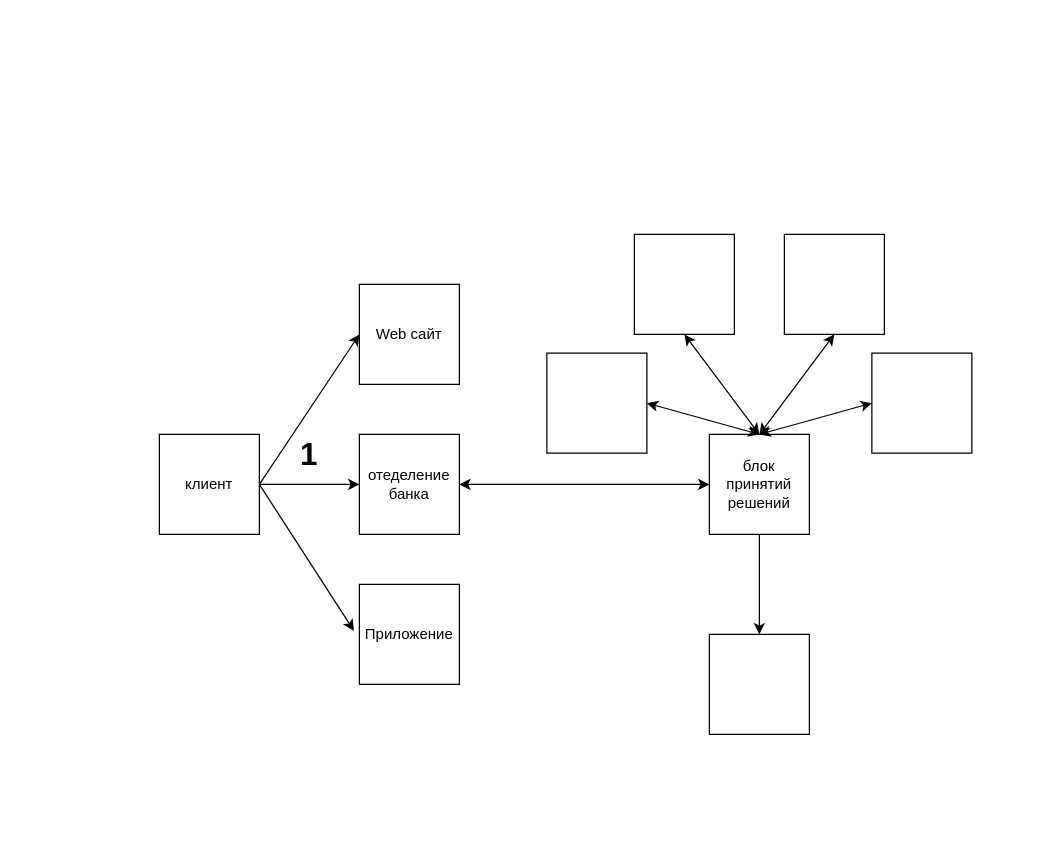
The draw.io diagram Диаграмма без названия.drawio in Wonderbeaver/test, before the edit. Source tidied: cells renumbered, new cells numbered last; positions are measured from the earlier drawing's top-left corner, leaving out a move shared by most shapes. Both pictures are drawn from the tidied source at 125%, with x=0, y=0 at pixel (159, 234).
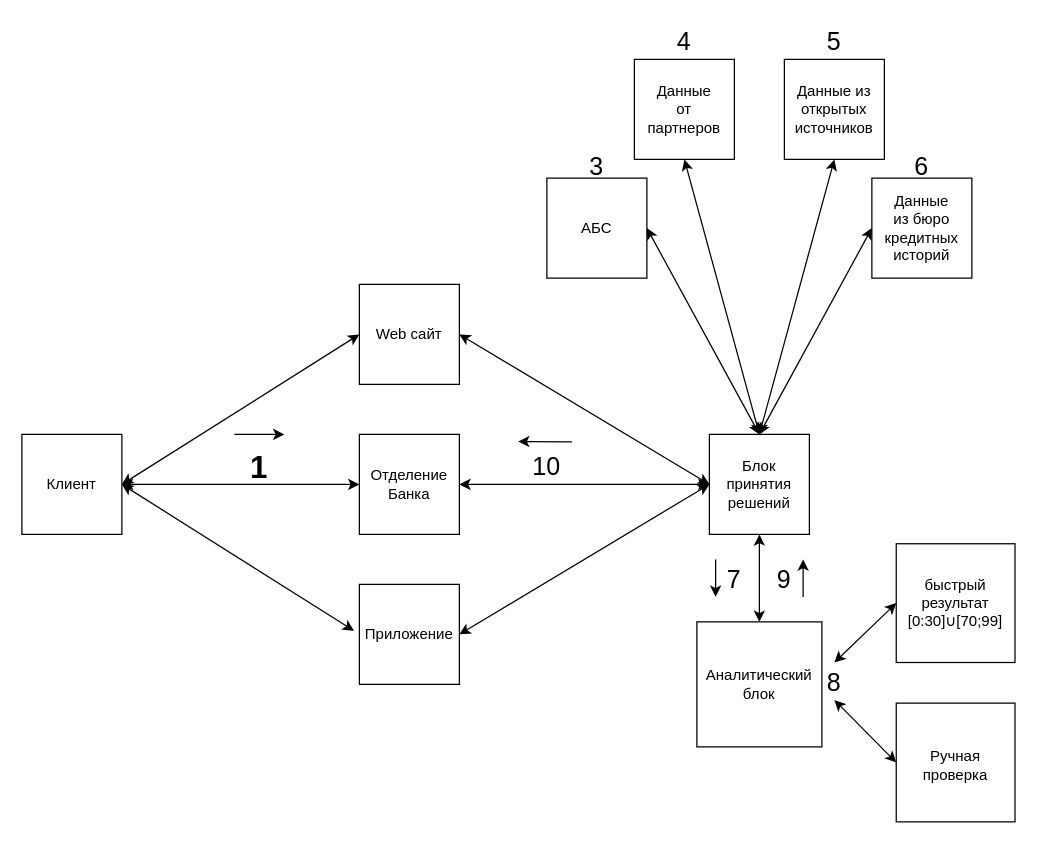
The same page after the edit.

Unchanged cells that the change refers to:
```xml
<mxCell id="4" style="whiteSpace=wrap;html=1;" parent="1" vertex="1">
  <mxGeometry x="160" y="160" width="80" height="80" as="geometry" />
</mxCell>
<mxCell id="8" style="whiteSpace=wrap;html=1;" parent="1" vertex="1">
  <mxGeometry x="160" y="40" width="80" height="80" as="geometry" />
</mxCell>
<mxCell id="9" style="whiteSpace=wrap;html=1;" parent="1" vertex="1">
  <mxGeometry x="160" y="280" width="80" height="80" as="geometry" />
</mxCell>
<mxCell id="14" style="whiteSpace=wrap;html=1;" parent="1" vertex="1">
  <mxGeometry x="440" y="160" width="80" height="80" as="geometry" />
</mxCell>
```

Change to the diagram source:
```diff
@@
     <mxCell id="2" style="whiteSpace=wrap;html=1;" parent="1" vertex="1">
-      <mxGeometry y="160" width="80" height="80" as="geometry" />
+      <mxGeometry x="-110" y="160" width="80" height="80" as="geometry" />
     </mxCell>
-    <mxCell id="3" value="клиент" style="text;html=1;strokeColor=none;fillColor=none;align=center;verticalAlign=middle;whiteSpace=wrap;rounded=0;" parent="1" vertex="1">
-      <mxGeometry x="10" y="185" width="60" height="30" as="geometry" />
+    <mxCell id="3" value="Клиент" style="text;html=1;strokeColor=none;fillColor=none;align=center;verticalAlign=middle;whiteSpace=wrap;rounded=0;" parent="1" vertex="1">
+      <mxGeometry x="-100" y="185" width="60" height="30" as="geometry" />
     </mxCell>
@@
-    <mxCell id="5" value="отеделение&lt;br&gt;банка" style="text;html=1;strokeColor=none;fillColor=none;align=center;verticalAlign=middle;whiteSpace=wrap;rounded=0;" parent="1" vertex="1">
-      <mxGeometry x="170" y="185" width="60" height="30" as="geometry" />
-    </mxCell>
-    <mxCell id="6" style="endArrow=classic;html=1;rounded=0;entryX=0;entryY=0.5;entryDx=0;entryDy=0;exitX=1;exitY=0.5;exitDx=0;exitDy=0;" parent="1" edge="1" source="2" target="4">
-      <mxGeometry relative="1" as="geometry" />
+    <mxCell id="6" style="endArrow=classic;html=1;rounded=0;entryX=0;entryY=0.5;entryDx=0;entryDy=0;startArrow=classic;exitX=1;exitY=0.5;exitDx=0;exitDy=0;" parent="1" edge="1" source="2" target="4">
+      <mxGeometry relative="1" as="geometry">
+        <Array as="points">
+          <mxPoint x="80" y="200" />
+        </Array>
+      </mxGeometry>
     </mxCell>
     <mxCell id="7" value="1" style="text;html=1;align=center;verticalAlign=middle;whiteSpace=wrap;rounded=0;strokeWidth=5;shadow=0;fontStyle=1;fontSize=25;" parent="1" vertex="1">
-      <mxGeometry x="90" y="160" width="60" height="30" as="geometry" />
+      <mxGeometry x="50" y="170" width="60" height="30" as="geometry" />
     </mxCell>
@@
-    <mxCell id="12" style="endArrow=classic;html=1;rounded=0;entryX=0;entryY=0.5;entryDx=0;entryDy=0;" parent="1" edge="1" target="8">
-      <mxGeometry relative="1" as="geometry">
-        <mxPoint x="80" y="200" as="sourcePoint" />
-      </mxGeometry>
+    <mxCell id="12" style="endArrow=classic;html=1;rounded=0;entryX=0;entryY=0.5;entryDx=0;entryDy=0;exitX=1;exitY=0.5;exitDx=0;exitDy=0;startArrow=classic;" parent="1" edge="1" source="2" target="8">
+      <mxGeometry relative="1" as="geometry" />
     </mxCell>
-    <mxCell id="13" style="endArrow=classic;html=1;rounded=0;entryX=-0.054;entryY=0.464;entryDx=0;entryDy=0;entryPerimeter=0;" parent="1" edge="1" target="9">
-      <mxGeometry relative="1" as="geometry">
-        <mxPoint x="80" y="200" as="sourcePoint" />
-      </mxGeometry>
+    <mxCell id="13" style="endArrow=classic;html=1;rounded=0;entryX=-0.054;entryY=0.464;entryDx=0;entryDy=0;entryPerimeter=0;exitX=1;exitY=0.5;exitDx=0;exitDy=0;startArrow=classic;" parent="1" edge="1" source="2" target="9">
+      <mxGeometry relative="1" as="geometry" />
     </mxCell>
@@
-    <mxCell id="15" value="блок принятий решений" style="text;html=1;strokeColor=none;fillColor=none;align=center;verticalAlign=middle;whiteSpace=wrap;rounded=0;" parent="1" vertex="1">
-      <mxGeometry x="450" y="185" width="60" height="30" as="geometry" />
-    </mxCell>
-    <mxCell id="16" style="endArrow=classic;startArrow=classic;html=1;rounded=0;entryX=0;entryY=0.5;entryDx=0;entryDy=0;" parent="1" edge="1" target="14">
-      <mxGeometry relative="1" as="geometry">
-        <mxPoint x="240" y="200" as="sourcePoint" />
-      </mxGeometry>
-    </mxCell>
     <mxCell id="17" style="whiteSpace=wrap;html=1;" parent="1" vertex="1">
-      <mxGeometry x="380" width="80" height="80" as="geometry" />
+      <mxGeometry x="380" y="-140" width="80" height="80" as="geometry" />
     </mxCell>
     <mxCell id="18" style="whiteSpace=wrap;html=1;" parent="1" vertex="1">
-      <mxGeometry x="500" width="80" height="80" as="geometry" />
+      <mxGeometry x="500" y="-140" width="80" height="80" as="geometry" />
     </mxCell>
     <mxCell id="19" style="whiteSpace=wrap;html=1;" parent="1" vertex="1">
-      <mxGeometry x="310" y="95" width="80" height="80" as="geometry" />
+      <mxGeometry x="310" y="-45" width="80" height="80" as="geometry" />
     </mxCell>
     <mxCell id="20" style="whiteSpace=wrap;html=1;" parent="1" vertex="1">
-      <mxGeometry x="570" y="95" width="80" height="80" as="geometry" />
+      <mxGeometry x="570" y="-45" width="80" height="80" as="geometry" />
     </mxCell>
@@
-    <mxCell id="22" style="endArrow=classic;startArrow=classic;html=1;rounded=0;entryX=0.5;entryY=1;entryDx=0;entryDy=0;" parent="1" edge="1" target="17">
-      <mxGeometry relative="1" as="geometry">
-        <mxPoint x="480" y="160" as="sourcePoint" />
-      </mxGeometry>
+    <mxCell id="22" style="endArrow=classic;startArrow=classic;html=1;rounded=0;entryX=0.5;entryY=1;entryDx=0;entryDy=0;exitX=0.5;exitY=0;exitDx=0;exitDy=0;" parent="1" edge="1" source="14" target="17">
+      <mxGeometry relative="1" as="geometry" />
     </mxCell>
-    <mxCell id="23" style="endArrow=classic;startArrow=classic;html=1;rounded=0;entryX=0.5;entryY=1;entryDx=0;entryDy=0;" parent="1" edge="1" target="18">
-      <mxGeometry relative="1" as="geometry">
-        <mxPoint x="480" y="160" as="sourcePoint" />
-      </mxGeometry>
+    <mxCell id="23" style="endArrow=classic;startArrow=classic;html=1;rounded=0;entryX=0.5;entryY=1;entryDx=0;entryDy=0;exitX=0.5;exitY=0;exitDx=0;exitDy=0;" parent="1" edge="1" source="14" target="18">
+      <mxGeometry relative="1" as="geometry" />
     </mxCell>
@@
     <mxCell id="25" style="whiteSpace=wrap;html=1;" parent="1" vertex="1">
-      <mxGeometry x="440" y="320" width="80" height="80" as="geometry" />
+      <mxGeometry x="430" y="310" width="100" height="100" as="geometry" />
     </mxCell>
-    <mxCell id="26" style="endArrow=classic;html=1;rounded=0;entryX=0.5;entryY=0;entryDx=0;entryDy=0;" parent="1" edge="1" target="25">
-      <mxGeometry relative="1" as="geometry">
-        <mxPoint x="480" y="240" as="sourcePoint" />
-      </mxGeometry>
-    </mxCell>
+    <mxCell id="27" value="АБС" style="text;html=1;strokeColor=none;fillColor=none;align=center;verticalAlign=middle;whiteSpace=wrap;rounded=0;" parent="1" vertex="1">
+      <mxGeometry x="320" y="-20" width="60" height="30" as="geometry" />
+    </mxCell>
+    <mxCell id="28" value="Данные от партнеров" style="text;html=1;strokeColor=none;fillColor=none;align=center;verticalAlign=middle;whiteSpace=wrap;rounded=0;" parent="1" vertex="1">
+      <mxGeometry x="390" y="-115" width="60" height="30" as="geometry" />
+    </mxCell>
+    <mxCell id="29" value="Блок принятия решений" style="text;html=1;strokeColor=none;fillColor=none;align=center;verticalAlign=middle;whiteSpace=wrap;rounded=0;" parent="1" vertex="1">
+      <mxGeometry x="450" y="185" width="60" height="30" as="geometry" />
+    </mxCell>
+    <mxCell id="30" value="Отделение Банка" style="text;html=1;strokeColor=none;fillColor=none;align=center;verticalAlign=middle;whiteSpace=wrap;rounded=0;" parent="1" vertex="1">
+      <mxGeometry x="170" y="185" width="60" height="30" as="geometry" />
+    </mxCell>
+    <mxCell id="31" value="Данные из открытых источников" style="text;html=1;strokeColor=none;fillColor=none;align=center;verticalAlign=middle;whiteSpace=wrap;rounded=0;" parent="1" vertex="1">
+      <mxGeometry x="510" y="-115" width="60" height="30" as="geometry" />
+    </mxCell>
+    <mxCell id="32" value="Данные из бюро кредитных историй" style="text;html=1;strokeColor=none;fillColor=none;align=center;verticalAlign=middle;whiteSpace=wrap;rounded=0;" parent="1" vertex="1">
+      <mxGeometry x="580" y="-20" width="60" height="30" as="geometry" />
+    </mxCell>
+    <mxCell id="33" value="Аналитический блок" style="text;html=1;strokeColor=none;fillColor=none;align=center;verticalAlign=middle;whiteSpace=wrap;rounded=0;" parent="1" vertex="1">
+      <mxGeometry x="450" y="345" width="60" height="30" as="geometry" />
+    </mxCell>
+    <mxCell id="34" value="3" style="text;html=1;strokeColor=none;fillColor=none;align=center;verticalAlign=middle;whiteSpace=wrap;rounded=0;fontSize=20;" parent="1" vertex="1">
+      <mxGeometry x="320" y="-70" width="60" height="30" as="geometry" />
+    </mxCell>
+    <mxCell id="35" value="4" style="text;html=1;strokeColor=none;fillColor=none;align=center;verticalAlign=middle;whiteSpace=wrap;rounded=0;fontSize=20;" parent="1" vertex="1">
+      <mxGeometry x="390" y="-170" width="60" height="30" as="geometry" />
+    </mxCell>
+    <mxCell id="36" value="5" style="text;html=1;strokeColor=none;fillColor=none;align=center;verticalAlign=middle;whiteSpace=wrap;rounded=0;fontSize=20;" parent="1" vertex="1">
+      <mxGeometry x="510" y="-170" width="60" height="30" as="geometry" />
+    </mxCell>
+    <mxCell id="37" value="6" style="text;html=1;strokeColor=none;fillColor=none;align=center;verticalAlign=middle;whiteSpace=wrap;rounded=0;fontSize=20;" parent="1" vertex="1">
+      <mxGeometry x="580" y="-70" width="60" height="30" as="geometry" />
+    </mxCell>
+    <mxCell id="38" value="7" style="text;html=1;strokeColor=none;fillColor=none;align=center;verticalAlign=middle;whiteSpace=wrap;rounded=0;fontSize=20;" parent="1" vertex="1">
+      <mxGeometry x="430" y="260" width="60" height="30" as="geometry" />
+    </mxCell>
+    <mxCell id="39" style="whiteSpace=wrap;html=1;" parent="1" vertex="1">
+      <mxGeometry x="589.5" y="247.5" width="95" height="95" as="geometry" />
+    </mxCell>
+    <mxCell id="40" value="быстрый результат&lt;br&gt;[0:30]∪[70;99]" style="text;html=1;strokeColor=none;fillColor=none;align=center;verticalAlign=middle;whiteSpace=wrap;rounded=0;" parent="1" vertex="1">
+      <mxGeometry x="607" y="280" width="60" height="30" as="geometry" />
+    </mxCell>
+    <mxCell id="41" style="whiteSpace=wrap;html=1;" parent="1" vertex="1">
+      <mxGeometry x="589.5" y="375" width="95" height="95" as="geometry" />
+    </mxCell>
+    <mxCell id="42" value="Ручная проверка" style="text;html=1;strokeColor=none;fillColor=none;align=center;verticalAlign=middle;whiteSpace=wrap;rounded=0;" parent="1" vertex="1">
+      <mxGeometry x="607" y="410" width="60" height="30" as="geometry" />
+    </mxCell>
+    <mxCell id="43" style="endArrow=classic;startArrow=classic;html=1;rounded=0;entryX=0;entryY=0.5;entryDx=0;entryDy=0;exitX=0.5;exitY=0;exitDx=0;exitDy=0;" parent="1" edge="1" source="45" target="39">
+      <mxGeometry relative="1" as="geometry" />
+    </mxCell>
+    <mxCell id="44" style="endArrow=classic;startArrow=classic;html=1;rounded=0;entryX=0;entryY=0.5;entryDx=0;entryDy=0;exitX=0.5;exitY=1;exitDx=0;exitDy=0;" parent="1" edge="1" source="45" target="41">
+      <mxGeometry relative="1" as="geometry" />
+    </mxCell>
+    <mxCell id="45" value="8" style="text;html=1;strokeColor=none;fillColor=none;align=center;verticalAlign=middle;whiteSpace=wrap;rounded=0;fontSize=20;" parent="1" vertex="1">
+      <mxGeometry x="510" y="342.5" width="60" height="30" as="geometry" />
+    </mxCell>
+    <mxCell id="46" value="9" style="text;html=1;strokeColor=none;fillColor=none;align=center;verticalAlign=middle;whiteSpace=wrap;rounded=0;fontSize=20;" parent="1" vertex="1">
+      <mxGeometry x="470" y="260" width="60" height="30" as="geometry" />
+    </mxCell>
+    <mxCell id="47" style="endArrow=classic;startArrow=classic;html=1;rounded=0;entryX=0;entryY=0.5;entryDx=0;entryDy=0;" parent="1" edge="1" target="14">
+      <mxGeometry relative="1" as="geometry">
+        <mxPoint x="240" y="80" as="sourcePoint" />
+      </mxGeometry>
+    </mxCell>
+    <mxCell id="48" style="endArrow=classic;startArrow=classic;html=1;rounded=0;entryX=0;entryY=0.5;entryDx=0;entryDy=0;" parent="1" edge="1" target="14">
+      <mxGeometry relative="1" as="geometry">
+        <mxPoint x="240" y="200" as="sourcePoint" />
+      </mxGeometry>
+    </mxCell>
+    <mxCell id="49" style="endArrow=classic;startArrow=classic;html=1;rounded=0;entryX=0;entryY=0.5;entryDx=0;entryDy=0;" parent="1" edge="1" target="14">
+      <mxGeometry relative="1" as="geometry">
+        <mxPoint x="240" y="320" as="sourcePoint" />
+      </mxGeometry>
+    </mxCell>
+    <mxCell id="50" value="10" style="text;html=1;strokeColor=none;fillColor=none;align=center;verticalAlign=middle;whiteSpace=wrap;rounded=0;fontSize=20;" parent="1" vertex="1">
+      <mxGeometry x="280" y="170" width="60" height="30" as="geometry" />
+    </mxCell>
+    <mxCell id="51" style="endArrow=classic;html=1;rounded=0;" parent="1" edge="1">
+      <mxGeometry relative="1" as="geometry">
+        <mxPoint x="60" y="160" as="sourcePoint" />
+        <mxPoint x="100" y="160" as="targetPoint" />
+      </mxGeometry>
+    </mxCell>
+    <mxCell id="52" style="endArrow=classic;html=1;rounded=0;entryX=0.117;entryY=-0.144;entryDx=0;entryDy=0;entryPerimeter=0;" parent="1" edge="1" target="50">
+      <mxGeometry relative="1" as="geometry">
+        <mxPoint x="330" y="166" as="sourcePoint" />
+      </mxGeometry>
+    </mxCell>
+    <mxCell id="53" style="endArrow=classic;startArrow=classic;html=1;rounded=0;entryX=0.5;entryY=1;entryDx=0;entryDy=0;exitX=0.5;exitY=0;exitDx=0;exitDy=0;" parent="1" edge="1" source="25" target="14">
+      <mxGeometry relative="1" as="geometry" />
+    </mxCell>
+    <mxCell id="54" style="endArrow=classic;html=1;rounded=0;entryX=0.25;entryY=1;entryDx=0;entryDy=0;exitX=0.25;exitY=0;exitDx=0;exitDy=0;" parent="1" edge="1" source="38" target="38">
+      <mxGeometry relative="1" as="geometry" />
+    </mxCell>
+    <mxCell id="55" style="endArrow=classic;html=1;rounded=0;exitX=0.75;exitY=1;exitDx=0;exitDy=0;entryX=0.75;entryY=0;entryDx=0;entryDy=0;" parent="1" edge="1" source="46" target="46">
+      <mxGeometry relative="1" as="geometry" />
+    </mxCell>
```
